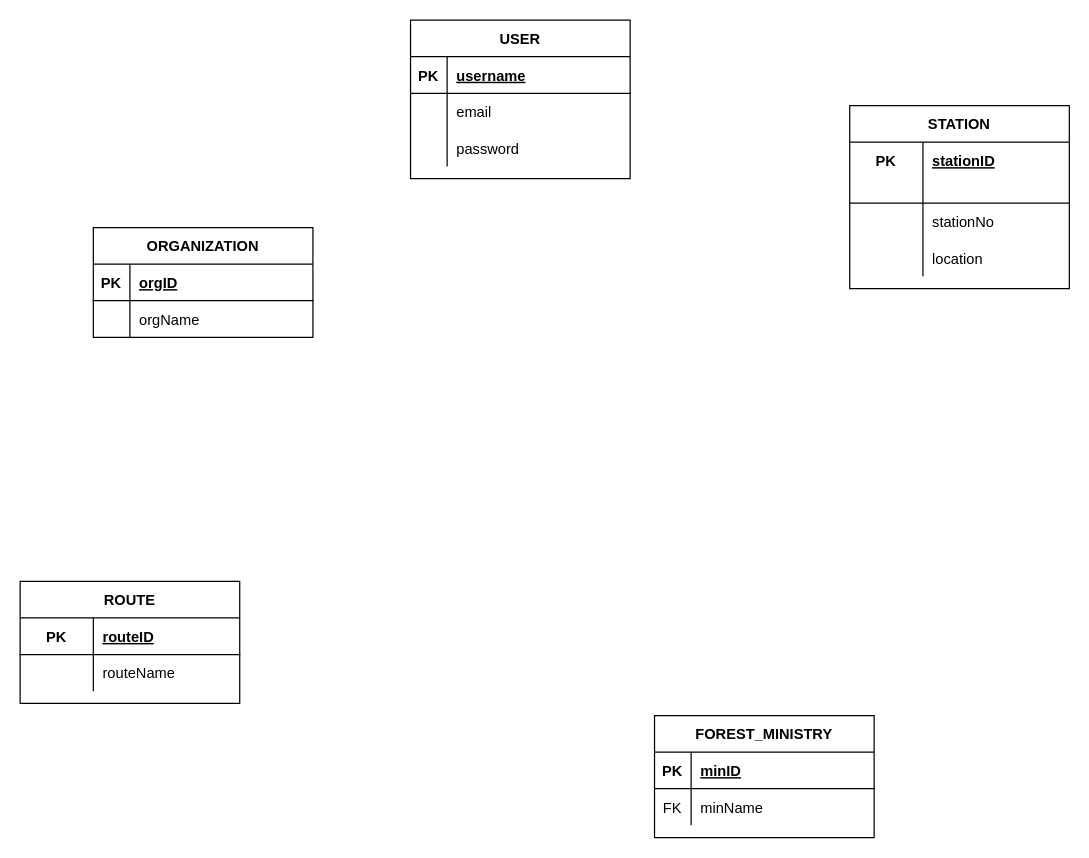
The draw.io diagram page "Copy of Page-1" (2 of 2) of z-design/EERD.drawio in zorojuro75/CSE303-sec-03-Group-03, before the edit. Source tidied: cells renumbered, new cells numbered last; positions are measured from the earlier drawing's top-left corner, leaving out a move shared by most shapes. Both pictures are drawn from the tidied source at 122%, with x=0, y=0 at pixel (20, 20).
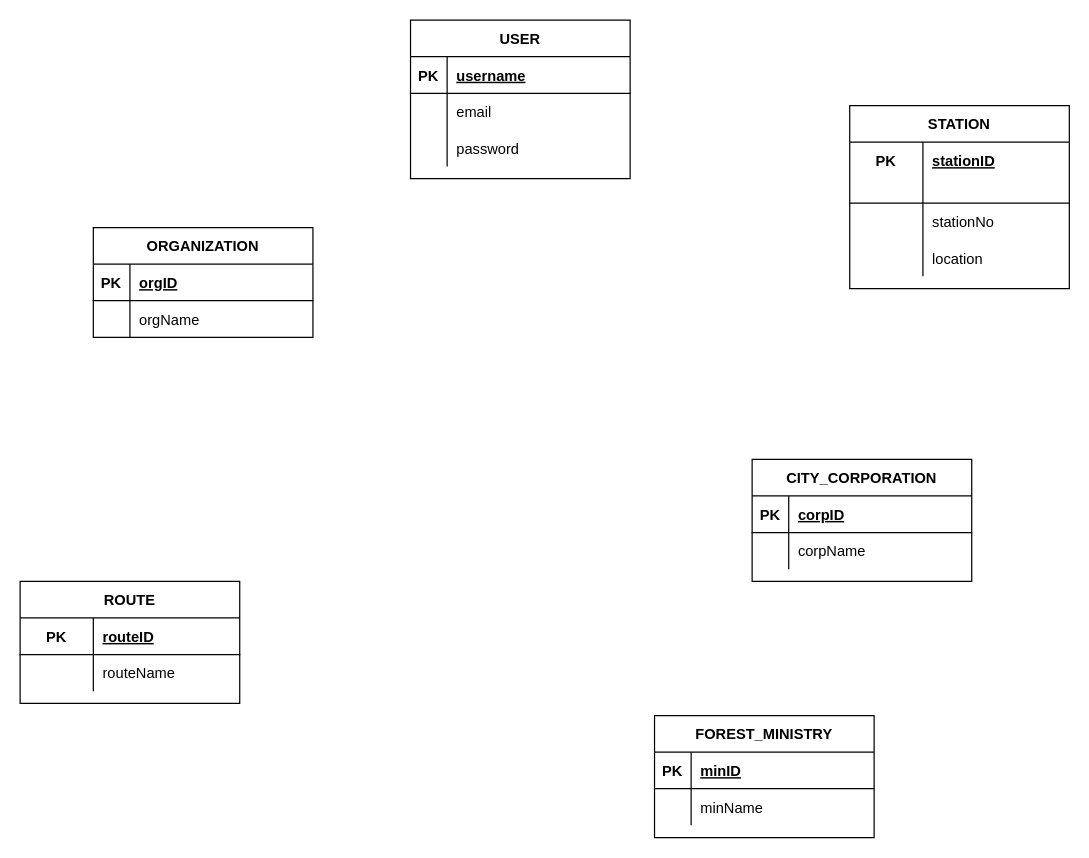
The same page after the edit.

The change refers to these unchanged cells:
```xml
<mxCell id="23" style="shape=tableRow;horizontal=0;startSize=0;swimlaneHead=0;swimlaneBody=0;fillColor=none;top=0;left=0;right=0;bottom=0;" parent="19" vertex="1">
  <mxGeometry y="60" width="180" height="30" as="geometry" />
</mxCell>
```

What changed in the source:
```diff
@@
-    <mxCell id="24" value="FK" style="shape=partialRectangle;fillColor=none;top=0;left=0;bottom=0;right=0;overflow=hidden;" parent="23" vertex="1">
+    <mxCell id="24" style="shape=partialRectangle;fillColor=none;top=0;left=0;bottom=0;right=0;overflow=hidden;" parent="23" vertex="1">
       <mxGeometry width="30" height="30" as="geometry" />
     </mxCell>
@@
+    <mxCell id="46" value="CITY_CORPORATION" style="shape=table;startSize=30;childLayout=tableLayout;rowLines=0;fontStyle=1;align=center;" parent="1" vertex="1">
+      <mxGeometry x="600" y="360" width="180" height="100" as="geometry" />
+    </mxCell>
+    <mxCell id="47" style="shape=tableRow;horizontal=0;startSize=0;swimlaneHead=0;swimlaneBody=0;fillColor=none;top=0;left=0;right=0;bottom=1;" parent="46" vertex="1">
+      <mxGeometry y="30" width="180" height="30" as="geometry" />
+    </mxCell>
+    <mxCell id="48" value="PK" style="shape=partialRectangle;fillColor=none;top=0;left=0;bottom=0;right=0;fontStyle=1;overflow=hidden;" parent="47" vertex="1">
+      <mxGeometry width="30" height="30" as="geometry" />
+    </mxCell>
+    <mxCell id="49" value="corpID" style="shape=partialRectangle;fillColor=none;top=0;left=0;bottom=0;right=0;align=left;spacingLeft=6;fontStyle=5;overflow=hidden;" parent="47" vertex="1">
+      <mxGeometry x="30" width="150" height="30" as="geometry" />
+    </mxCell>
+    <mxCell id="50" style="shape=tableRow;horizontal=0;startSize=0;swimlaneHead=0;swimlaneBody=0;fillColor=none;top=0;left=0;right=0;bottom=0;" parent="46" vertex="1">
+      <mxGeometry y="60" width="180" height="30" as="geometry" />
+    </mxCell>
+    <mxCell id="51" style="shape=partialRectangle;fillColor=none;top=0;left=0;bottom=0;right=0;overflow=hidden;" parent="50" vertex="1">
+      <mxGeometry width="30" height="30" as="geometry" />
+    </mxCell>
+    <mxCell id="52" value="corpName" style="shape=partialRectangle;fillColor=none;top=0;left=0;bottom=0;right=0;align=left;spacingLeft=6;overflow=hidden;" parent="50" vertex="1">
+      <mxGeometry x="30" width="150" height="30" as="geometry" />
+    </mxCell>
```
